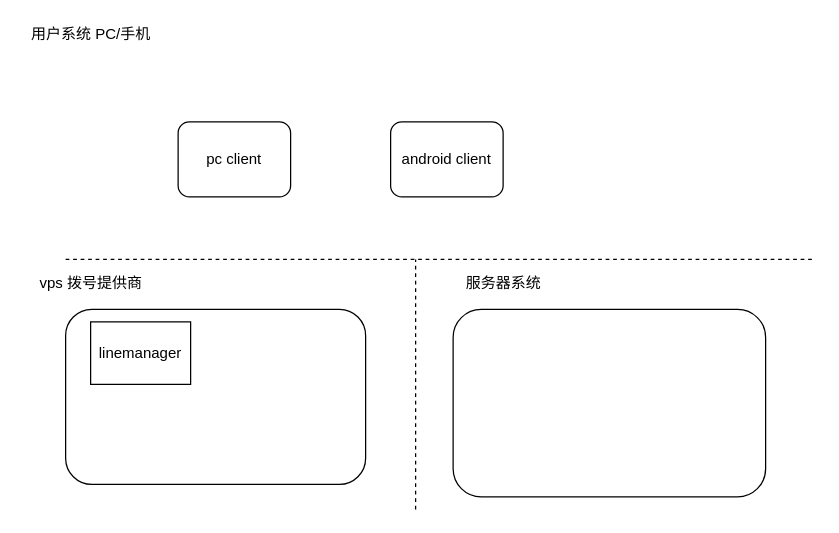
This is Untitled Diagram.drawio from curious-boy/chartrepo, a draw.io file, before an edit. Source tidied: cells renumbered, new cells numbered last; positions are measured from the earlier drawing's top-left corner, leaving out a move shared by most shapes. Both pictures are drawn from the tidied source at 125%, with x=0, y=0 at pixel (21, 21).
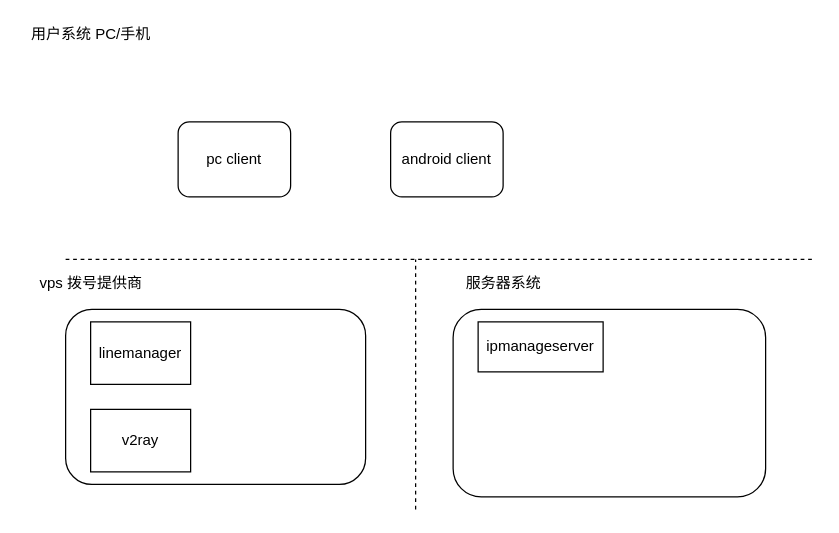
Above is the later version.

Change to the diagram source:
```diff
@@
 <mxGraphModel>
   <root>
     <mxCell id="0" />
     <mxCell id="1" parent="0" />
     <mxCell id="2" style="endArrow=none;dashed=1;html=1;" parent="1" edge="1">
       <mxGeometry relative="1" as="geometry">
         <mxPoint x="35" y="190" as="sourcePoint" />
         <mxPoint x="635" y="190" as="targetPoint" />
       </mxGeometry>
     </mxCell>
     <mxCell id="3" style="endArrow=none;dashed=1;html=1;" parent="1" edge="1">
       <mxGeometry relative="1" as="geometry">
         <mxPoint x="315" y="390" as="sourcePoint" />
         <mxPoint x="315" y="190" as="targetPoint" />
       </mxGeometry>
     </mxCell>
     <mxCell id="4" value="pc client" style="rounded=1;whiteSpace=wrap;html=1;" parent="1" vertex="1">
       <mxGeometry x="125" y="80" width="90" height="60" as="geometry" />
     </mxCell>
     <mxCell id="5" value="android client" style="rounded=1;whiteSpace=wrap;html=1;" parent="1" vertex="1">
       <mxGeometry x="295" y="80" width="90" height="60" as="geometry" />
     </mxCell>
     <mxCell id="6" style="rounded=1;whiteSpace=wrap;html=1;" parent="1" vertex="1">
       <mxGeometry x="35" y="230" width="240" height="140" as="geometry" />
     </mxCell>
     <mxCell id="7" style="rounded=1;whiteSpace=wrap;html=1;" parent="1" vertex="1">
       <mxGeometry x="345" y="230" width="250" height="150" as="geometry" />
     </mxCell>
     <mxCell id="8" value="用户系统 PC/手机" style="text;html=1;align=center;verticalAlign=middle;fillColor=none;strokeColor=none;rounded=0;" parent="1" vertex="1">
       <mxGeometry width="110" height="20" as="geometry" />
     </mxCell>
     <mxCell id="9" value="vps 拨号提供商" style="text;html=1;align=center;verticalAlign=middle;fillColor=none;strokeColor=none;rounded=0;" parent="1" vertex="1">
       <mxGeometry x="5" y="199" width="100" height="20" as="geometry" />
     </mxCell>
     <mxCell id="10" value="服务器系统" style="text;html=1;align=center;verticalAlign=middle;fillColor=none;strokeColor=none;rounded=0;" parent="1" vertex="1">
       <mxGeometry x="345" y="199" width="80" height="20" as="geometry" />
     </mxCell>
     <mxCell id="11" value="linemanager" style="rounded=0;whiteSpace=wrap;html=1;" parent="1" vertex="1">
       <mxGeometry x="55" y="240" width="80" height="50" as="geometry" />
     </mxCell>
+    <mxCell id="12" value="ipmanageserver" style="rounded=0;whiteSpace=wrap;html=1;" parent="1" vertex="1">
+      <mxGeometry x="365" y="240" width="100" height="40" as="geometry" />
+    </mxCell>
+    <mxCell id="13" value="v2ray" style="rounded=0;whiteSpace=wrap;html=1;" parent="1" vertex="1">
+      <mxGeometry x="55" y="310" width="80" height="50" as="geometry" />
+    </mxCell>
   </root>
 </mxGraphModel>
```
